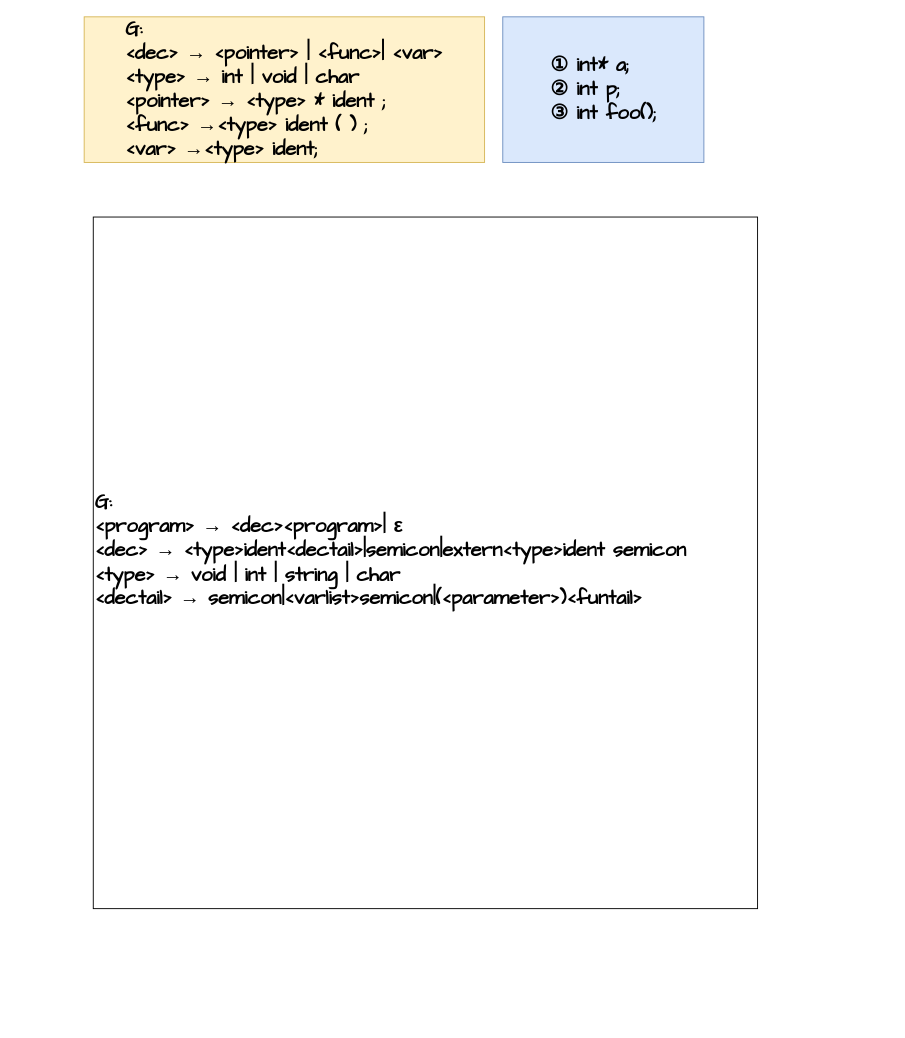
Earlier version of the draw.io diagram document/src/CFG-design.drawio (djh-sudo/tiny-C-Compiler). Source tidied: cells renumbered, new cells numbered last; positions are measured from the earlier drawing's top-left corner, leaving out a move shared by most shapes. Both pictures are drawn from the tidied source at 91%, with x=0, y=0 at pixel (84, 16).
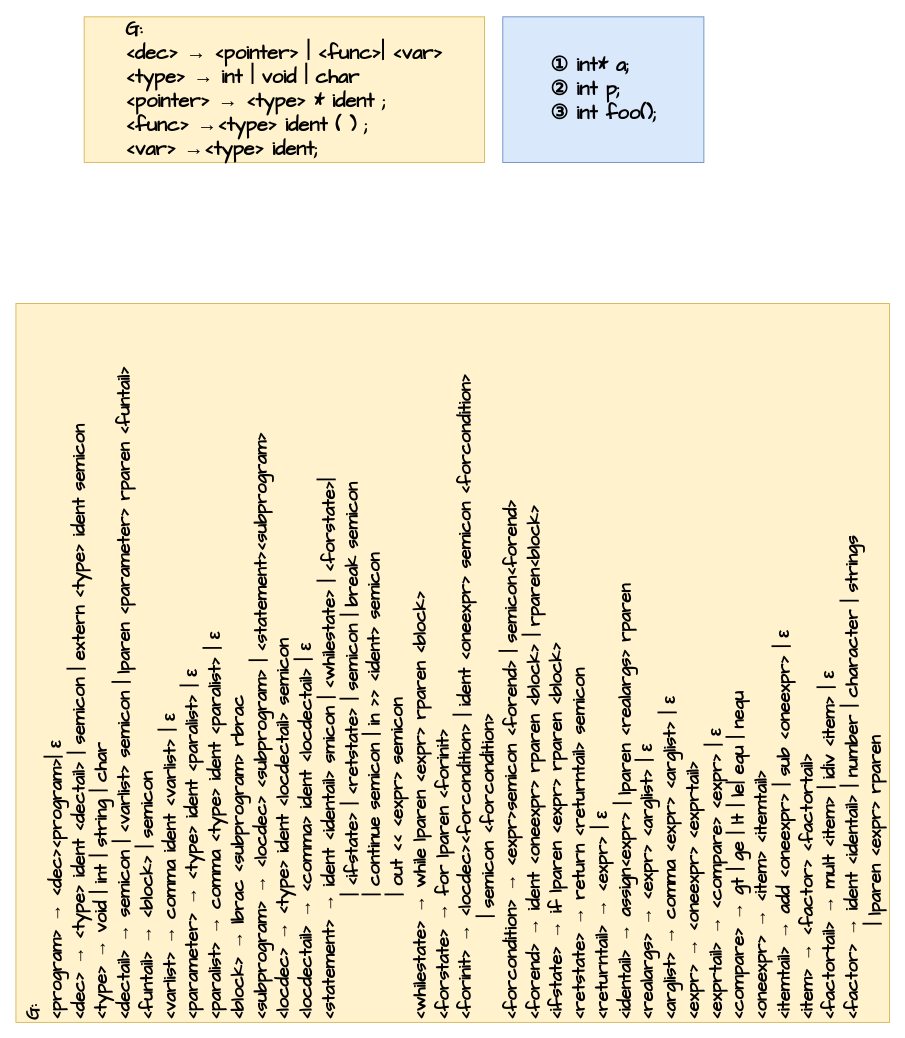
The same diagram, later.

What changed in the source:
```diff
@@
 <mxGraphModel>
   <root>
     <mxCell id="0" />
     <mxCell id="1" parent="0" />
     <mxCell id="2" value="&lt;div style=&quot;text-align: left&quot;&gt;&lt;b style=&quot;font-size: 22px ; font-family: &amp;#34;comic sans ms&amp;#34;&quot;&gt;① int* a;&lt;/b&gt;&lt;/div&gt;&lt;font face=&quot;Comic Sans MS&quot;&gt;&lt;div style=&quot;text-align: left&quot;&gt;&lt;b style=&quot;font-size: 22px&quot;&gt;② int p;&lt;/b&gt;&lt;/div&gt;&lt;span style=&quot;font-size: 22px&quot;&gt;&lt;div style=&quot;text-align: left&quot;&gt;&lt;b&gt;③ int foo();&lt;/b&gt;&lt;/div&gt;&lt;/span&gt;&lt;/font&gt;" style="rounded=0;whiteSpace=wrap;html=1;fillColor=#dae8fc;strokeColor=#6c8ebf;" parent="1" vertex="1">
       <mxGeometry x="460" width="221" height="160" as="geometry" />
     </mxCell>
     <mxCell id="3" value="&lt;div style=&quot;text-align: left&quot;&gt;&lt;b&gt;&lt;font style=&quot;font-size: 22px&quot; face=&quot;Comic Sans MS&quot;&gt;G:&lt;/font&gt;&lt;/b&gt;&lt;/div&gt;&lt;b&gt;&lt;div style=&quot;text-align: left&quot;&gt;&lt;b&gt;&lt;font style=&quot;font-size: 22px&quot; face=&quot;Comic Sans MS&quot;&gt;&amp;lt;dec&amp;gt; → &amp;lt;pointer&amp;gt; | &amp;lt;func&amp;gt;| &amp;lt;var&amp;gt;&lt;/font&gt;&lt;/b&gt;&lt;/div&gt;&lt;font style=&quot;font-size: 22px&quot; face=&quot;Comic Sans MS&quot;&gt;&lt;div style=&quot;text-align: left&quot;&gt;&lt;b style=&quot;font-family: &amp;#34;helvetica&amp;#34; ; font-size: 12px&quot;&gt;&lt;font style=&quot;font-size: 22px&quot; face=&quot;Comic Sans MS&quot;&gt;&amp;lt;type&amp;gt; → int | void | char&lt;/font&gt;&lt;/b&gt;&lt;/div&gt;&lt;div style=&quot;text-align: left&quot;&gt;&lt;b style=&quot;font-family: &amp;#34;helvetica&amp;#34; ; font-size: 12px&quot;&gt;&lt;font style=&quot;font-size: 22px&quot; face=&quot;Comic Sans MS&quot;&gt;&amp;lt;pointer&amp;gt;&amp;nbsp;&lt;/font&gt;&lt;/b&gt;&lt;b style=&quot;font-family: &amp;#34;helvetica&amp;#34; ; font-size: 12px&quot;&gt;&lt;font face=&quot;Comic Sans MS&quot; style=&quot;font-size: 22px&quot;&gt;→ &amp;lt;type&amp;gt; * ident ;&lt;/font&gt;&lt;/b&gt;&lt;/div&gt;&lt;/font&gt;&lt;/b&gt;&lt;b&gt;&lt;div style=&quot;text-align: left&quot;&gt;&lt;b&gt;&lt;font style=&quot;font-size: 22px&quot; face=&quot;Comic Sans MS&quot;&gt;&amp;lt;func&amp;gt;&amp;nbsp;&lt;/font&gt;&lt;/b&gt;&lt;b&gt;&lt;font face=&quot;Comic Sans MS&quot; style=&quot;font-size: 22px&quot;&gt;→&lt;/font&gt;&lt;/b&gt;&lt;b&gt;&lt;font face=&quot;Comic Sans MS&quot; style=&quot;font-size: 22px&quot;&gt;&amp;lt;type&amp;gt;&amp;nbsp;&lt;/font&gt;&lt;/b&gt;&lt;b&gt;&lt;font face=&quot;Comic Sans MS&quot; style=&quot;font-size: 22px&quot;&gt;ident ( ) ;&lt;/font&gt;&lt;/b&gt;&lt;/div&gt;&lt;/b&gt;&lt;b&gt;&lt;div style=&quot;text-align: left&quot;&gt;&lt;b&gt;&lt;font style=&quot;font-size: 22px&quot; face=&quot;Comic Sans MS&quot;&gt;&amp;lt;var&amp;gt;&amp;nbsp;&lt;/font&gt;&lt;/b&gt;&lt;b&gt;&lt;font face=&quot;Comic Sans MS&quot; style=&quot;font-size: 22px&quot;&gt;→&lt;/font&gt;&lt;/b&gt;&lt;b&gt;&lt;font face=&quot;Comic Sans MS&quot; style=&quot;font-size: 22px&quot;&gt;&amp;lt;type&amp;gt;&amp;nbsp;&lt;/font&gt;&lt;/b&gt;&lt;b&gt;&lt;font face=&quot;Comic Sans MS&quot; style=&quot;font-size: 22px&quot;&gt;ident;&lt;/font&gt;&lt;/b&gt;&lt;/div&gt;&lt;/b&gt;" style="rounded=0;whiteSpace=wrap;html=1;fillColor=#fff2cc;strokeColor=#d6b656;" parent="1" vertex="1">
       <mxGeometry width="440" height="160" as="geometry" />
     </mxCell>
-    <mxCell id="4" value="&lt;b&gt;&lt;font face=&quot;Comic Sans MS&quot; style=&quot;font-size: 22px&quot;&gt;G:&lt;br&gt;&amp;lt;program&amp;gt; → &amp;lt;dec&amp;gt;&amp;lt;program&amp;gt;| ε&lt;br&gt;&lt;/font&gt;&lt;/b&gt;&lt;b&gt;&lt;font face=&quot;Comic Sans MS&quot; style=&quot;font-size: 22px&quot;&gt;&amp;lt;dec&amp;gt;&amp;nbsp;&lt;/font&gt;&lt;/b&gt;&lt;b&gt;&lt;font face=&quot;Comic Sans MS&quot; style=&quot;font-size: 22px&quot;&gt;→ &amp;lt;type&amp;gt;ident&amp;lt;dectail&amp;gt;|semicon|extern&amp;lt;type&amp;gt;ident semicon&lt;/font&gt;&lt;/b&gt;&lt;b&gt;&lt;font face=&quot;Comic Sans MS&quot; style=&quot;font-size: 22px&quot;&gt;&lt;br&gt;&amp;lt;type&amp;gt;&amp;nbsp;&lt;/font&gt;&lt;/b&gt;&lt;b&gt;&lt;font face=&quot;Comic Sans MS&quot; style=&quot;font-size: 22px&quot;&gt;→ void | int | string | char&lt;/font&gt;&lt;/b&gt;&lt;b&gt;&lt;font face=&quot;Comic Sans MS&quot; style=&quot;font-size: 22px&quot;&gt;&lt;br&gt;&amp;lt;dectail&amp;gt;&amp;nbsp;&lt;/font&gt;&lt;/b&gt;&lt;b&gt;&lt;font face=&quot;Comic Sans MS&quot; style=&quot;font-size: 22px&quot;&gt;→ semicon|&amp;lt;varlist&amp;gt;semicon|(&amp;lt;parameter&amp;gt;)&amp;lt;funtail&amp;gt;&lt;br&gt;&lt;/font&gt;&lt;/b&gt;&lt;b&gt;&lt;font face=&quot;Comic Sans MS&quot; style=&quot;font-size: 22px&quot;&gt;&lt;br&gt;&lt;/font&gt;&lt;/b&gt;" style="rounded=0;whiteSpace=wrap;html=1;align=left;" parent="1" vertex="1">
-      <mxGeometry x="10" y="220" width="730" height="760" as="geometry" />
+    <mxCell id="4" value="&lt;font style=&quot;font-size: 20px&quot;&gt;&lt;b&gt;&lt;font face=&quot;Comic Sans MS&quot; style=&quot;font-size: 20px&quot;&gt;G:&lt;br&gt;&amp;lt;program&amp;gt; → &amp;lt;dec&amp;gt;&amp;lt;program&amp;gt;| ε&lt;br&gt;&lt;/font&gt;&lt;/b&gt;&lt;b&gt;&lt;font face=&quot;Comic Sans MS&quot; style=&quot;font-size: 20px&quot;&gt;&amp;lt;dec&amp;gt;&amp;nbsp;&lt;/font&gt;&lt;/b&gt;&lt;b&gt;&lt;font face=&quot;Comic Sans MS&quot; style=&quot;font-size: 20px&quot;&gt;→ &amp;lt;type&amp;gt; ident &amp;lt;dectail&amp;gt; | semicon | extern &amp;lt;type&amp;gt; ident semicon&lt;/font&gt;&lt;/b&gt;&lt;b&gt;&lt;font face=&quot;Comic Sans MS&quot; style=&quot;font-size: 20px&quot;&gt;&lt;br&gt;&amp;lt;type&amp;gt;&amp;nbsp;&lt;/font&gt;&lt;/b&gt;&lt;b&gt;&lt;font face=&quot;Comic Sans MS&quot; style=&quot;font-size: 20px&quot;&gt;→ void | int | string | char&lt;/font&gt;&lt;/b&gt;&lt;b&gt;&lt;font face=&quot;Comic Sans MS&quot; style=&quot;font-size: 20px&quot;&gt;&lt;br&gt;&amp;lt;dectail&amp;gt;&amp;nbsp;&lt;/font&gt;&lt;/b&gt;&lt;b&gt;&lt;font face=&quot;Comic Sans MS&quot; style=&quot;font-size: 20px&quot;&gt;→ semicon | &amp;lt;varlist&amp;gt; semicon |&amp;nbsp;&lt;/font&gt;&lt;/b&gt;&lt;b&gt;&lt;font face=&quot;Comic Sans MS&quot;&gt;lparen&lt;/font&gt;&lt;/b&gt;&lt;b&gt;&lt;font face=&quot;Comic Sans MS&quot; style=&quot;font-size: 20px&quot;&gt;&amp;nbsp;&amp;lt;parameter&amp;gt;&amp;nbsp;&lt;/font&gt;&lt;/b&gt;&lt;b&gt;&lt;font face=&quot;Comic Sans MS&quot;&gt;rparen&lt;/font&gt;&lt;/b&gt;&lt;b&gt;&lt;font face=&quot;Comic Sans MS&quot; style=&quot;font-size: 20px&quot;&gt;&amp;nbsp;&amp;lt;funtail&amp;gt;&lt;br&gt;&amp;lt;funtail&amp;gt;&amp;nbsp;&lt;/font&gt;&lt;/b&gt;&lt;b&gt;&lt;font face=&quot;Comic Sans MS&quot; style=&quot;font-size: 20px&quot;&gt;→ &amp;lt;block&amp;gt; | semicon&lt;br&gt;&lt;/font&gt;&lt;/b&gt;&lt;b&gt;&lt;font face=&quot;Comic Sans MS&quot; style=&quot;font-size: 20px&quot;&gt;&amp;lt;varlist&amp;gt;&amp;nbsp;&lt;/font&gt;&lt;/b&gt;&lt;b&gt;&lt;font face=&quot;Comic Sans MS&quot; style=&quot;font-size: 20px&quot;&gt;→ comma ident &amp;lt;varlist&amp;gt; |&amp;nbsp;&lt;/font&gt;&lt;/b&gt;&lt;b&gt;&lt;font face=&quot;Comic Sans MS&quot; style=&quot;font-size: 20px&quot;&gt;ε&lt;/font&gt;&lt;/b&gt;&lt;b&gt;&lt;font face=&quot;Comic Sans MS&quot; style=&quot;font-size: 20px&quot;&gt;&lt;br&gt;&lt;/font&gt;&lt;/b&gt;&lt;b&gt;&lt;font face=&quot;Comic Sans MS&quot; style=&quot;font-size: 20px&quot;&gt;&amp;lt;parameter&amp;gt;&amp;nbsp;&lt;/font&gt;&lt;/b&gt;&lt;b&gt;&lt;font face=&quot;Comic Sans MS&quot; style=&quot;font-size: 20px&quot;&gt;→ &amp;lt;type&amp;gt; ident &amp;lt;paralist&amp;gt; |&amp;nbsp;&lt;/font&gt;&lt;/b&gt;&lt;b&gt;&lt;font face=&quot;Comic Sans MS&quot; style=&quot;font-size: 20px&quot;&gt;ε&lt;br&gt;&lt;/font&gt;&lt;/b&gt;&lt;/font&gt;&lt;b style=&quot;font-size: 20px&quot;&gt;&lt;font face=&quot;Comic Sans MS&quot; style=&quot;font-size: 20px&quot;&gt;&lt;font style=&quot;font-size: 20px&quot;&gt;&amp;lt;paralist&amp;gt; → comma &amp;lt;type&amp;gt; ident &amp;lt;paralist&amp;gt; | ε&lt;br&gt;&amp;lt;block&amp;gt; → lbrac &amp;lt;subprogram&amp;gt; rbrac&lt;br&gt;&amp;lt;subprogram&amp;gt; → &amp;lt;locdec&amp;gt; &amp;lt;subprogram&amp;gt; | &amp;lt;statement&amp;gt;&amp;lt;subprogram&amp;gt;&lt;br&gt;&amp;lt;locdec&amp;gt; → &amp;lt;type&amp;gt; ident &amp;lt;locdectail&amp;gt; semicon&lt;br&gt;&lt;/font&gt;&amp;lt;locdectail&amp;gt; → &amp;lt;comma&amp;gt; ident &amp;lt;locdectail&amp;gt; | ε&lt;br&gt;&amp;lt;statement&amp;gt; → ident &amp;lt;identail&amp;gt; smicon | &amp;lt;whilestate&amp;gt; | &amp;lt;forstate&amp;gt;|&lt;br&gt;&amp;nbsp; &amp;nbsp; &amp;nbsp; &amp;nbsp; &amp;nbsp; &amp;nbsp; &amp;nbsp; &amp;nbsp; &amp;nbsp;| &amp;lt;ifstate&amp;gt; | &amp;lt;retstate&amp;gt; | semicon | break semicon&lt;br&gt;&amp;nbsp; &amp;nbsp; &amp;nbsp; &amp;nbsp; &amp;nbsp; &amp;nbsp; &amp;nbsp; &amp;nbsp; &amp;nbsp;| continue semicon | in &amp;gt;&amp;gt; &amp;lt;ident&amp;gt; semicon&lt;br&gt;&amp;nbsp; &amp;nbsp; &amp;nbsp; &amp;nbsp; &amp;nbsp; &amp;nbsp; &amp;nbsp; &amp;nbsp; &amp;nbsp;| out &amp;lt;&amp;lt; &amp;lt;expr&amp;gt; semicon&lt;br&gt;&amp;lt;whilestate&amp;gt; → while lparen &amp;lt;expr&amp;gt; rparen &amp;lt;block&amp;gt;&amp;nbsp;&lt;br&gt;&amp;lt;forstate&amp;gt; → for lparen &amp;lt;forinit&amp;gt;&lt;br&gt;&amp;lt;forinit&amp;gt; →&amp;nbsp;&amp;lt;locdec&amp;gt;&amp;lt;forcondition&amp;gt; | ident &amp;lt;oneexpr&amp;gt; semicon &amp;lt;forcondition&amp;gt;&lt;br&gt;&amp;nbsp; &amp;nbsp; &amp;nbsp; &amp;nbsp; &amp;nbsp; &amp;nbsp; &amp;nbsp; | semicon &amp;lt;forcondition&amp;gt;&lt;br&gt;&amp;lt;forcondition&amp;gt; → &amp;lt;expr&amp;gt;semicon &amp;lt;forend&amp;gt; | semicon&amp;lt;forend&amp;gt;&lt;br&gt;&amp;lt;forend&amp;gt; → ident &amp;lt;oneexpr&amp;gt; rparen &amp;lt;block&amp;gt; | rparen&amp;lt;block&amp;gt;&lt;br&gt;&amp;lt;ifstate&amp;gt; → if lparen &amp;lt;expr&amp;gt; rparen &amp;lt;block&amp;gt;&lt;br&gt;&amp;lt;retstate&amp;gt; → return &amp;lt;returntail&amp;gt; semicon&lt;br&gt;&amp;lt;returntail&amp;gt; → &amp;lt;expr&amp;gt; | ε&lt;br&gt;&amp;lt;identail&amp;gt; → assign&amp;lt;expr&amp;gt; | lparen &amp;lt;realargs&amp;gt; rparen&lt;br&gt;&amp;lt;realargs&amp;gt; → &amp;lt;expr&amp;gt; &amp;lt;arglist&amp;gt; | ε&lt;br&gt;&amp;lt;arglist&amp;gt; → comma &amp;lt;expr&amp;gt; &amp;lt;arglist&amp;gt; | ε&lt;br&gt;&amp;lt;expr&amp;gt; → &amp;lt;oneexpr&amp;gt; &amp;lt;exprtail&amp;gt;&lt;br&gt;&amp;lt;exprtail&amp;gt; → &amp;lt;compare&amp;gt; &amp;lt;expr&amp;gt; | ε&lt;br&gt;&amp;lt;compare&amp;gt; → gt | ge | lt | le| equ | nequ&lt;br&gt;&amp;lt;oneexpr&amp;gt; → &amp;lt;item&amp;gt; &amp;lt;itemtail&amp;gt;&lt;br&gt;&amp;lt;itemtail&amp;gt; → add &amp;lt;oneexpr&amp;gt; | sub &amp;lt;oneexpr&amp;gt; | ε&lt;br&gt;&amp;lt;item&amp;gt; → &amp;lt;factor&amp;gt; &amp;lt;factortail&amp;gt;&lt;br&gt;&amp;lt;factortail&amp;gt; → mult &amp;lt;item&amp;gt; | idiv &amp;lt;item&amp;gt; | ε&lt;br&gt;&amp;lt;factor&amp;gt; → ident &amp;lt;identail&amp;gt; | number | character | strings&lt;br&gt;&amp;nbsp; &amp;nbsp; &amp;nbsp; &amp;nbsp; &amp;nbsp; &amp;nbsp; &amp;nbsp;| lparen &amp;lt;expr&amp;gt; rparen&lt;br&gt;&lt;/font&gt;&lt;/b&gt;" style="rounded=0;whiteSpace=wrap;html=1;align=left;fillColor=#fff2cc;strokeColor=#d6b656;rotation=-90;" parent="1" vertex="1">
+      <mxGeometry x="10" y="230" width="790" height="960" as="geometry" />
     </mxCell>
   </root>
 </mxGraphModel>
```
